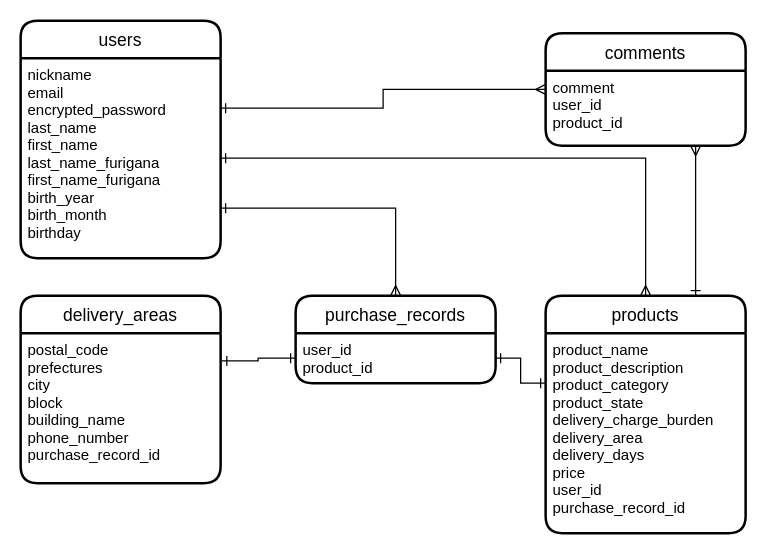
Before: er.dio in HijiriOkuhara/furima-36024, a draw.io diagram. Source tidied: cells renumbered, new cells numbered last; positions are measured from the earlier drawing's top-left corner, leaving out a move shared by most shapes. Both pictures are drawn from the tidied source at 125%, with x=0, y=0 at pixel (20, 20).
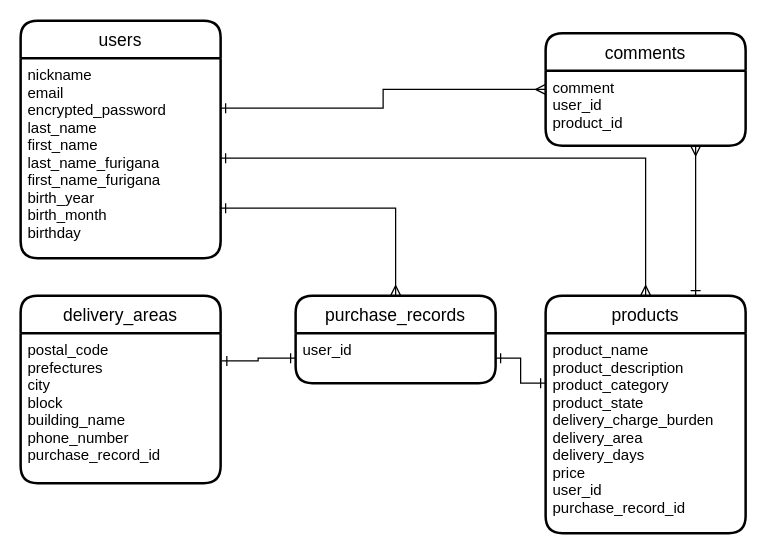
After the change.

Commit message (it also covers changes not shown here):
purchase_records テーブルを見直し

Diff of the diagram source:
```diff
@@
 <mxGraphModel>
   <root>
     <mxCell id="0" />
     <mxCell id="1" parent="0" />
     <mxCell id="2" value="users" style="swimlane;horizontal=1;startSize=30;rounded=1;fontSize=14;fontStyle=0;strokeWidth=2;shadow=0;dashed=0;align=center;" parent="1" vertex="1">
       <mxGeometry width="160" height="190" as="geometry" />
     </mxCell>
     <mxCell id="3" value="nickname&#10;email&#10;encrypted_password&#10;last_name&#10;first_name&#10;last_name_furigana&#10;first_name_furigana&#10;birth_year&#10;birth_month&#10;birthday" style="align=left;strokeColor=none;fillColor=none;spacingLeft=4;fontSize=12;verticalAlign=top;" parent="2" vertex="1">
       <mxGeometry y="30" width="160" height="160" as="geometry" />
     </mxCell>
     <mxCell id="4" style="edgeStyle=orthogonalEdgeStyle;rounded=0;jettySize=auto;html=1;exitX=0.75;exitY=0;exitDx=0;exitDy=0;entryX=0.75;entryY=1;entryDx=0;entryDy=0;startArrow=ERone;startFill=0;endArrow=ERmany;endFill=0;" parent="1" edge="1" source="5" target="8">
       <mxGeometry relative="1" as="geometry" />
     </mxCell>
     <mxCell id="5" value="products" style="swimlane;horizontal=1;startSize=30;rounded=1;fontSize=14;fontStyle=0;strokeWidth=2;shadow=0;dashed=0;align=center;" parent="1" vertex="1">
       <mxGeometry x="420" y="220" width="160" height="190" as="geometry" />
     </mxCell>
     <mxCell id="6" value="product_name&#10;product_description&#10;product_category&#10;product_state&#10;delivery_charge_burden&#10;delivery_area&#10;delivery_days&#10;price&#10;user_id&#10;purchase_record_id" style="align=left;strokeColor=none;fillColor=none;spacingLeft=4;fontSize=12;verticalAlign=top;" parent="5" vertex="1">
       <mxGeometry y="30" width="160" height="160" as="geometry" />
     </mxCell>
     <mxCell id="7" value="comments" style="swimlane;horizontal=1;startSize=30;rounded=1;fontSize=14;fontStyle=0;strokeWidth=2;shadow=0;dashed=0;align=center;" parent="1" vertex="1">
       <mxGeometry x="420" y="10" width="160" height="90" as="geometry" />
     </mxCell>
     <mxCell id="8" value="comment&#10;user_id&#10;product_id" style="align=left;strokeColor=none;fillColor=none;spacingLeft=4;fontSize=12;verticalAlign=top;" parent="7" vertex="1">
       <mxGeometry y="30" width="160" height="60" as="geometry" />
     </mxCell>
     <mxCell id="9" value="purchase_records" style="swimlane;horizontal=1;startSize=30;rounded=1;fontSize=14;fontStyle=0;strokeWidth=2;shadow=0;dashed=0;align=center;" parent="1" vertex="1">
       <mxGeometry x="220" y="220" width="160" height="70" as="geometry" />
     </mxCell>
-    <mxCell id="10" value="user_id&#10;product_id" style="align=left;strokeColor=none;fillColor=none;spacingLeft=4;fontSize=12;verticalAlign=top;" parent="9" vertex="1">
+    <mxCell id="10" value="user_id" style="align=left;strokeColor=none;fillColor=none;spacingLeft=4;fontSize=12;verticalAlign=top;" parent="9" vertex="1">
       <mxGeometry y="30" width="160" height="40" as="geometry" />
     </mxCell>
     <mxCell id="11" value="delivery_areas" style="swimlane;horizontal=1;startSize=30;rounded=1;fontSize=14;fontStyle=0;strokeWidth=2;shadow=0;dashed=0;align=center;" parent="1" vertex="1">
       <mxGeometry y="220" width="160" height="150" as="geometry" />
     </mxCell>
     <mxCell id="12" value="postal_code&#10;prefectures&#10;city&#10;block&#10;building_name&#10;phone_number&#10;purchase_record_id" style="align=left;strokeColor=none;fillColor=none;spacingLeft=4;fontSize=12;verticalAlign=top;" parent="11" vertex="1">
       <mxGeometry y="30" width="160" height="120" as="geometry" />
     </mxCell>
     <mxCell id="13" style="edgeStyle=orthogonalEdgeStyle;rounded=0;jettySize=auto;html=1;exitX=1;exitY=0.25;exitDx=0;exitDy=0;entryX=0;entryY=0.25;entryDx=0;entryDy=0;startArrow=ERone;startFill=0;endArrow=ERmany;endFill=0;" parent="1" edge="1" source="3" target="8">
       <mxGeometry relative="1" as="geometry" />
     </mxCell>
     <mxCell id="14" style="edgeStyle=orthogonalEdgeStyle;rounded=0;jettySize=auto;html=1;exitX=1;exitY=0.5;exitDx=0;exitDy=0;entryX=0.5;entryY=0;entryDx=0;entryDy=0;startArrow=ERone;startFill=0;endArrow=ERmany;endFill=0;" parent="1" edge="1" source="3" target="5">
       <mxGeometry relative="1" as="geometry" />
     </mxCell>
     <mxCell id="15" style="edgeStyle=orthogonalEdgeStyle;rounded=0;jettySize=auto;html=1;exitX=1;exitY=0.5;exitDx=0;exitDy=0;entryX=0;entryY=0.25;entryDx=0;entryDy=0;startArrow=ERone;startFill=0;endArrow=ERone;endFill=0;" parent="1" edge="1" source="10" target="6">
       <mxGeometry relative="1" as="geometry" />
     </mxCell>
     <mxCell id="16" style="edgeStyle=orthogonalEdgeStyle;rounded=0;jettySize=auto;html=1;exitX=0;exitY=0.5;exitDx=0;exitDy=0;entryX=1.006;entryY=0.185;entryDx=0;entryDy=0;entryPerimeter=0;startArrow=ERone;startFill=0;endArrow=ERone;endFill=0;" parent="1" edge="1" source="10" target="12">
       <mxGeometry relative="1" as="geometry" />
     </mxCell>
     <mxCell id="17" style="edgeStyle=orthogonalEdgeStyle;rounded=0;jettySize=auto;html=1;exitX=1;exitY=0.75;exitDx=0;exitDy=0;entryX=0.5;entryY=0;entryDx=0;entryDy=0;startArrow=ERone;startFill=0;endArrow=ERmany;endFill=0;" parent="1" edge="1" source="3" target="9">
       <mxGeometry relative="1" as="geometry" />
     </mxCell>
   </root>
 </mxGraphModel>
```
